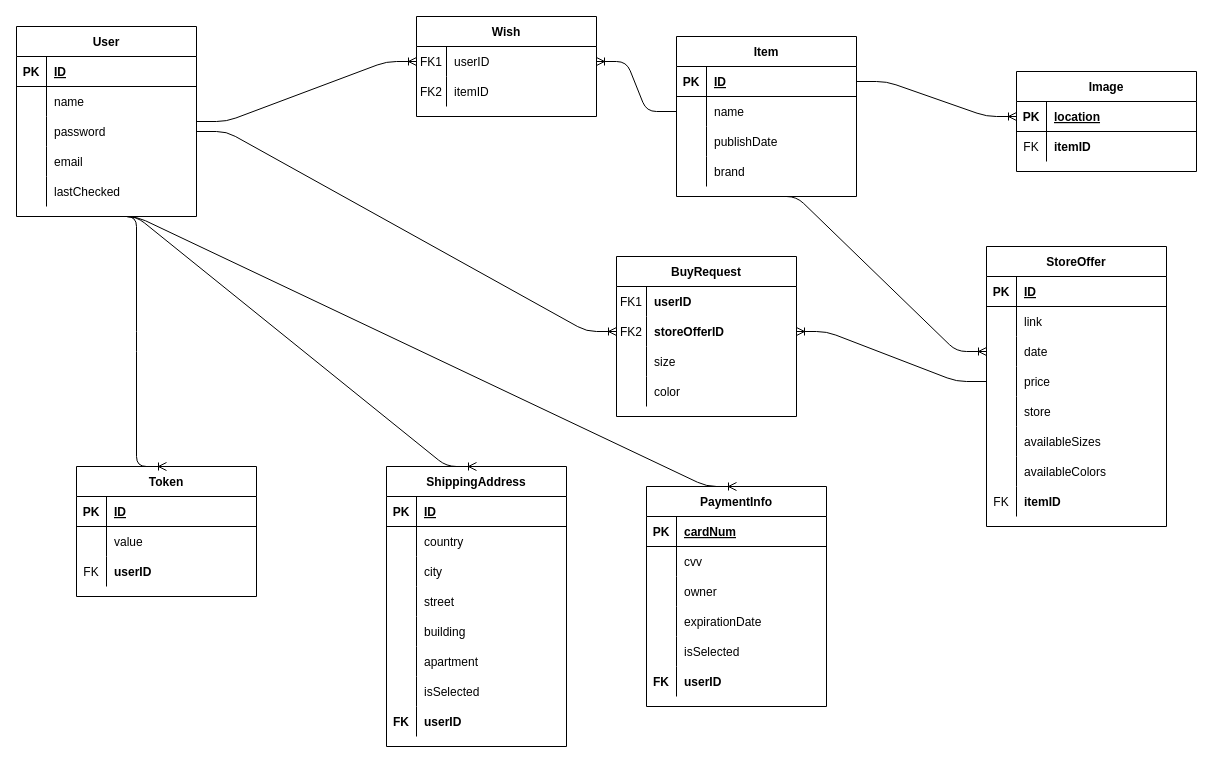
This is misc/er_diagram.drawio from BobbyLilD/SneakerCop, a draw.io file, before an edit. Source tidied: cells renumbered, new cells numbered last; positions are measured from the earlier drawing's top-left corner, leaving out a move shared by most shapes. Both pictures are drawn from the tidied source at 100%, with x=0, y=0 at pixel (16, 16).
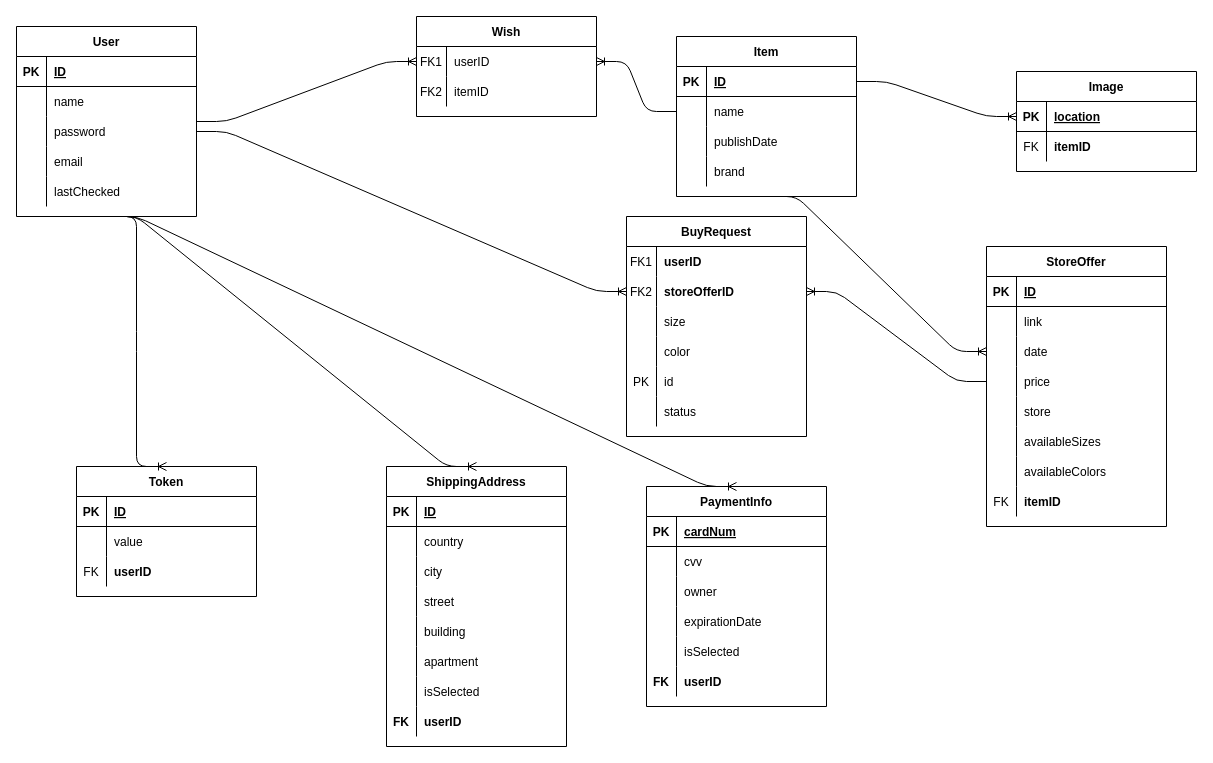
After the change.

Diff of the diagram source:
```diff
@@
     <mxCell id="74" value="BuyRequest" style="shape=table;startSize=30;childLayout=tableLayout;rowLines=0;fontStyle=1;align=center;fillColor=none;" parent="1" vertex="1">
-      <mxGeometry x="600" y="240" width="180" height="160" as="geometry" />
+      <mxGeometry x="610" y="200" width="180" height="220" as="geometry" />
     </mxCell>
@@
+    <mxCell id="146" style="shape=partialRectangle;fillColor=none;top=0;left=0;bottom=0;right=0;" parent="74" vertex="1">
+      <mxGeometry y="150" width="180" height="30" as="geometry" />
+    </mxCell>
+    <mxCell id="147" value="PK" style="shape=partialRectangle;fillColor=none;top=0;left=0;bottom=0;right=0;overflow=hidden;" parent="146" vertex="1">
+      <mxGeometry width="30" height="30" as="geometry" />
+    </mxCell>
+    <mxCell id="148" value="id" style="shape=partialRectangle;fillColor=none;top=0;left=0;bottom=0;right=0;align=left;spacingLeft=6;overflow=hidden;" parent="146" vertex="1">
+      <mxGeometry x="30" width="150" height="30" as="geometry" />
+    </mxCell>
+    <mxCell id="149" style="shape=partialRectangle;fillColor=none;top=0;left=0;bottom=0;right=0;" parent="74" vertex="1">
+      <mxGeometry y="180" width="180" height="30" as="geometry" />
+    </mxCell>
+    <mxCell id="150" style="shape=partialRectangle;fillColor=none;top=0;left=0;bottom=0;right=0;overflow=hidden;" parent="149" vertex="1">
+      <mxGeometry width="30" height="30" as="geometry" />
+    </mxCell>
+    <mxCell id="151" value="status" style="shape=partialRectangle;fillColor=none;top=0;left=0;bottom=0;right=0;align=left;spacingLeft=6;overflow=hidden;" parent="149" vertex="1">
+      <mxGeometry x="30" width="150" height="30" as="geometry" />
+    </mxCell>
```
